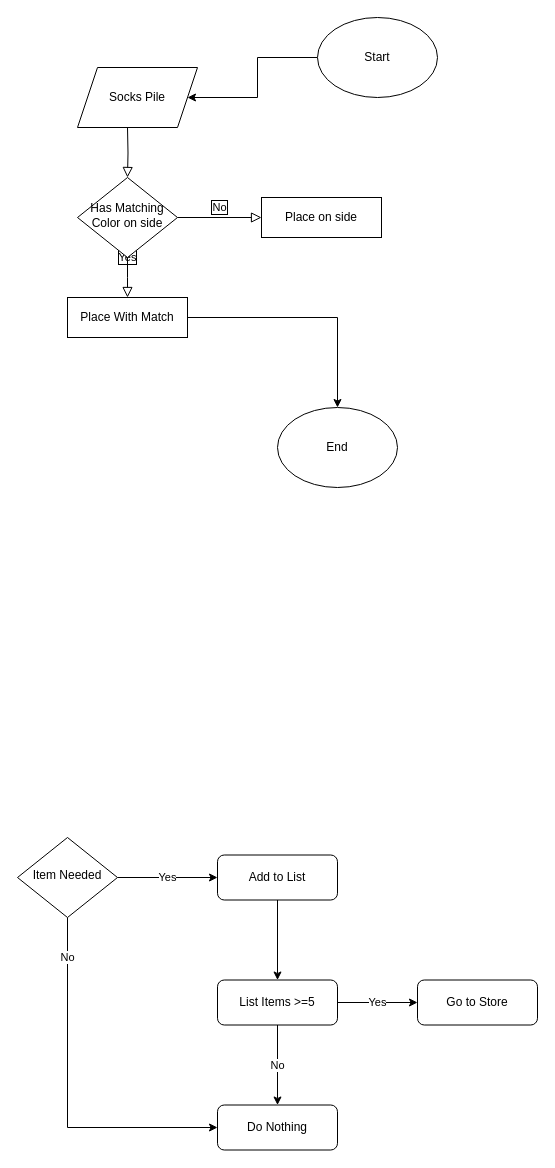
Above: page "Socks" (1 of 7) of Comp Prog 12/Socks.drawio in Jchisholm204/JChisholm (draw.io), before the change. Source tidied: cells renumbered, new cells numbered last; positions are measured from the earlier drawing's top-left corner, leaving out a move shared by most shapes. Both pictures are drawn from the tidied source at 100%, with x=0, y=0 at pixel (17, 17).
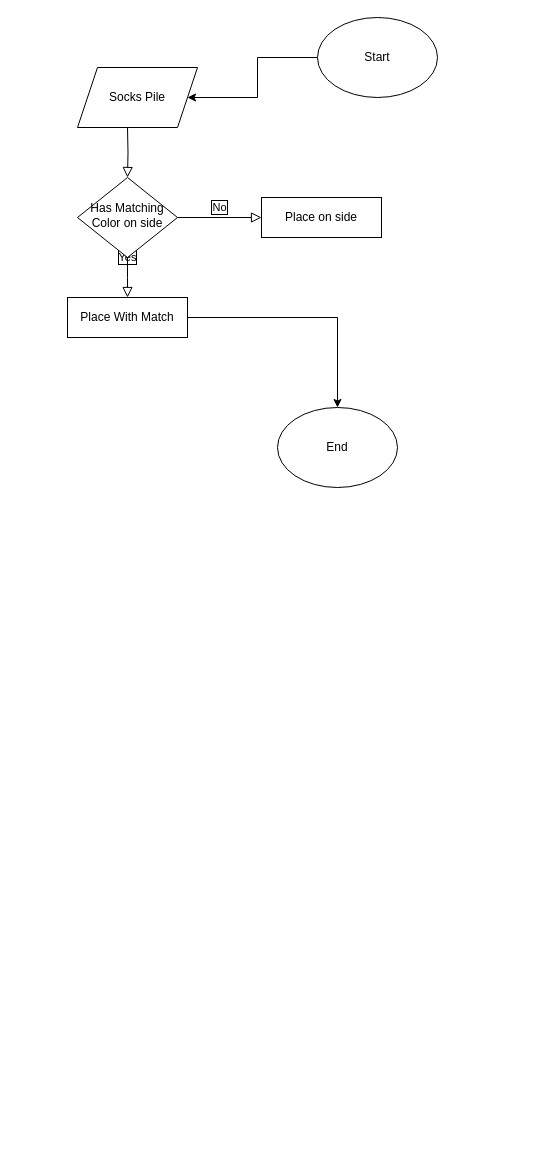
The same page after the edit.

Diff of the diagram source:
```diff
@@
-    <mxCell id="8" value="Yes" style="edgeStyle=orthogonalEdgeStyle;rounded=0;jettySize=auto;html=1;exitX=1;exitY=0.5;exitDx=0;exitDy=0;entryX=0;entryY=0.5;entryDx=0;entryDy=0;" parent="1" edge="1" source="10" target="12">
-      <mxGeometry relative="1" as="geometry" />
-    </mxCell>
-    <mxCell id="9" value="No" style="edgeStyle=orthogonalEdgeStyle;rounded=0;jettySize=auto;html=1;exitX=0.5;exitY=1;exitDx=0;exitDy=0;entryX=0;entryY=0.5;entryDx=0;entryDy=0;" parent="1" edge="1" source="10" target="16">
-      <mxGeometry x="-0.78" relative="1" as="geometry" />
-    </mxCell>
-    <mxCell id="10" value="Item Needed" style="rhombus;whiteSpace=wrap;html=1;shadow=0;fontFamily=Helvetica;fontSize=12;align=center;strokeWidth=1;spacing=6;spacingTop=-4;" parent="1" vertex="1">
-      <mxGeometry y="820" width="100" height="80" as="geometry" />
-    </mxCell>
-    <mxCell id="11" style="edgeStyle=orthogonalEdgeStyle;rounded=0;jettySize=auto;html=1;" parent="1" edge="1" source="12" target="15">
-      <mxGeometry relative="1" as="geometry" />
-    </mxCell>
-    <mxCell id="12" value="Add to List" style="whiteSpace=wrap;html=1;rounded=1;shadow=0;strokeWidth=1;glass=0;" parent="1" vertex="1">
-      <mxGeometry x="200" y="837.5" width="120" height="45" as="geometry" />
-    </mxCell>
-    <mxCell id="13" value="Yes" style="edgeStyle=orthogonalEdgeStyle;rounded=0;jettySize=auto;html=1;" parent="1" edge="1" source="15">
-      <mxGeometry relative="1" as="geometry">
-        <mxPoint x="400" y="985" as="targetPoint" />
-      </mxGeometry>
-    </mxCell>
-    <mxCell id="14" value="No" style="edgeStyle=orthogonalEdgeStyle;rounded=0;jettySize=auto;html=1;" parent="1" edge="1" source="15" target="16">
-      <mxGeometry relative="1" as="geometry">
-        <Array as="points">
-          <mxPoint x="260" y="1100" />
-        </Array>
-      </mxGeometry>
-    </mxCell>
-    <mxCell id="15" value="List Items &amp;gt;=5" style="whiteSpace=wrap;html=1;rounded=1;shadow=0;strokeWidth=1;glass=0;" parent="1" vertex="1">
-      <mxGeometry x="200" y="962.5" width="120" height="45" as="geometry" />
-    </mxCell>
-    <mxCell id="16" value="Do Nothing" style="whiteSpace=wrap;html=1;rounded=1;shadow=0;strokeWidth=1;glass=0;" parent="1" vertex="1">
-      <mxGeometry x="200" y="1087.5" width="120" height="45" as="geometry" />
-    </mxCell>
-    <mxCell id="17" value="Go to Store" style="whiteSpace=wrap;html=1;rounded=1;shadow=0;strokeWidth=1;glass=0;" parent="1" vertex="1">
-      <mxGeometry x="400" y="962.5" width="120" height="45" as="geometry" />
-    </mxCell>
```
